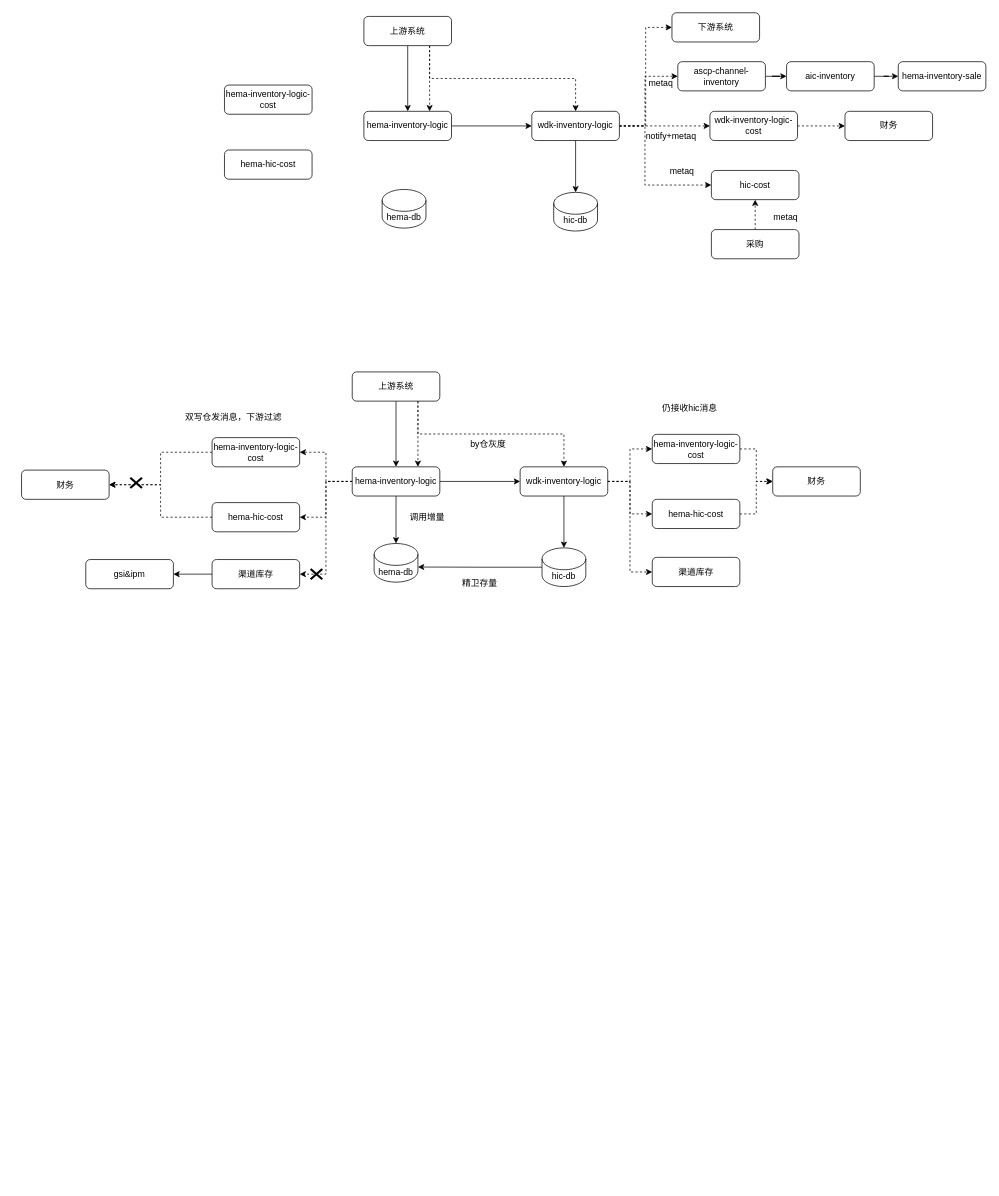
Above: jiagou.drawio in fine3qandyou/lte_study (draw.io), before the change. Source tidied: cells renumbered, new cells numbered last; positions are measured from the earlier drawing's top-left corner, leaving out a move shared by most shapes. Both pictures are drawn from the tidied source at 73%, with x=0, y=0 at pixel (21, 12).
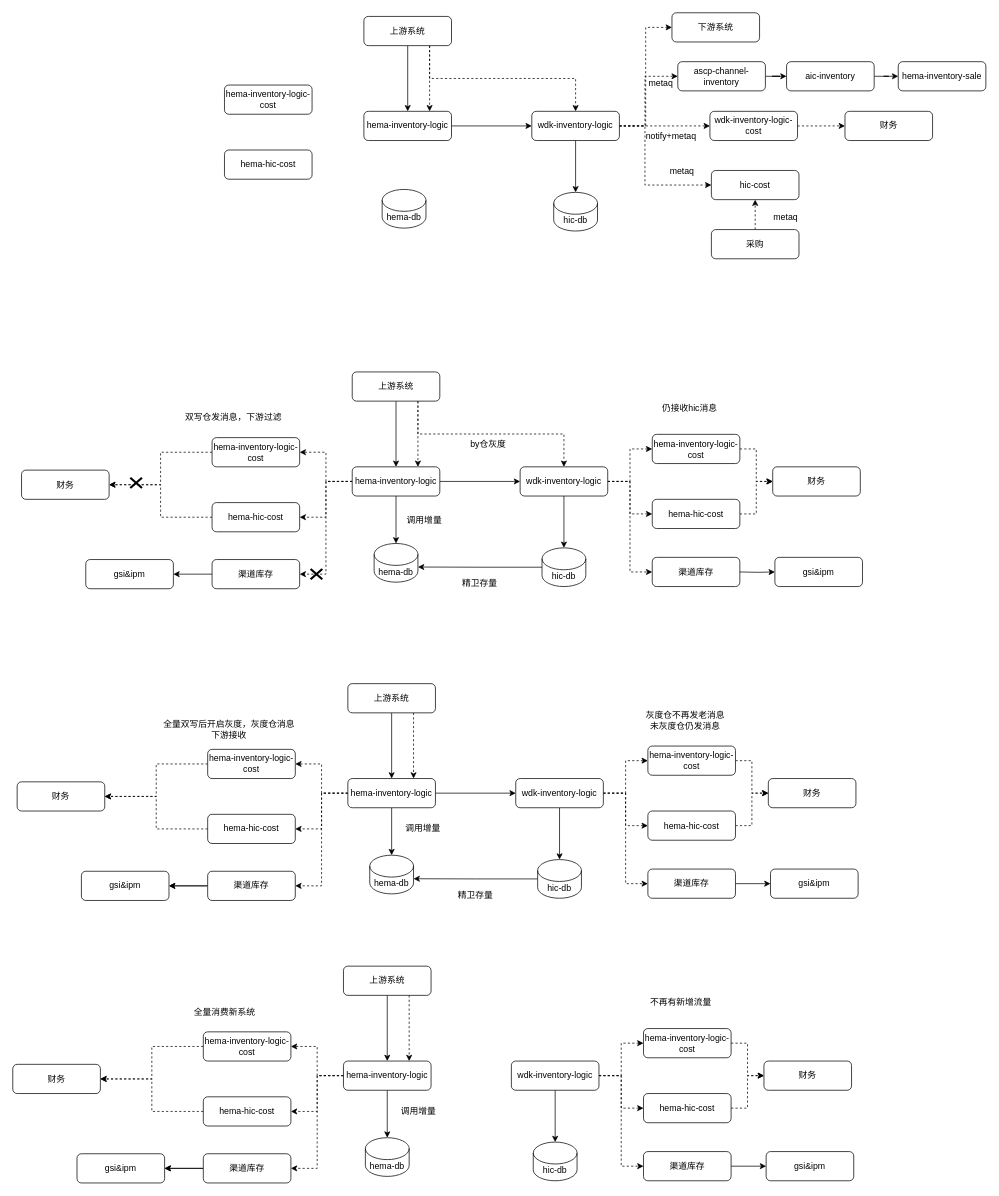
After the change.

Diff of the diagram source:
```diff
@@
     <mxCell id="51" value="调用增量" style="text;html=1;strokeColor=none;fillColor=none;align=center;verticalAlign=middle;whiteSpace=wrap;rounded=0;" parent="1" vertex="1">
-      <mxGeometry x="526" y="676" width="60" height="30" as="geometry" />
+      <mxGeometry x="522" y="681" width="60" height="30" as="geometry" />
     </mxCell>
@@
+    <mxCell id="73" style="edgeStyle=orthogonalEdgeStyle;rounded=0;jettySize=auto;html=1;exitX=0.5;exitY=1;exitDx=0;exitDy=0;" parent="1" edge="1" source="75" target="81">
+      <mxGeometry relative="1" as="geometry" />
+    </mxCell>
+    <mxCell id="74" style="edgeStyle=orthogonalEdgeStyle;rounded=0;jettySize=auto;html=1;exitX=0.75;exitY=1;exitDx=0;exitDy=0;entryX=0.75;entryY=0;entryDx=0;entryDy=0;dashed=1;" parent="1" edge="1" source="75" target="81">
+      <mxGeometry relative="1" as="geometry" />
+    </mxCell>
+    <mxCell id="75" value="上游系统" style="rounded=1;whiteSpace=wrap;html=1;" parent="1" vertex="1">
+      <mxGeometry x="447" y="919" width="120" height="40" as="geometry" />
+    </mxCell>
+    <mxCell id="76" style="edgeStyle=orthogonalEdgeStyle;rounded=0;jettySize=auto;html=1;exitX=1;exitY=0.5;exitDx=0;exitDy=0;" parent="1" edge="1" source="81" target="86">
+      <mxGeometry relative="1" as="geometry" />
+    </mxCell>
+    <mxCell id="77" style="edgeStyle=orthogonalEdgeStyle;rounded=0;jettySize=auto;html=1;exitX=0.5;exitY=1;exitDx=0;exitDy=0;entryX=0.5;entryY=0;entryDx=0;entryDy=0;entryPerimeter=0;" parent="1" edge="1" source="81" target="89">
+      <mxGeometry relative="1" as="geometry" />
+    </mxCell>
+    <mxCell id="78" style="edgeStyle=orthogonalEdgeStyle;rounded=0;jettySize=auto;html=1;exitX=0;exitY=0.5;exitDx=0;exitDy=0;entryX=1;entryY=0.5;entryDx=0;entryDy=0;dashed=1;" parent="1" edge="1" source="81" target="93">
+      <mxGeometry relative="1" as="geometry" />
+    </mxCell>
+    <mxCell id="79" style="edgeStyle=orthogonalEdgeStyle;rounded=0;jettySize=auto;html=1;exitX=0;exitY=0.5;exitDx=0;exitDy=0;entryX=1;entryY=0.5;entryDx=0;entryDy=0;dashed=1;" parent="1" edge="1" source="81" target="95">
+      <mxGeometry relative="1" as="geometry" />
+    </mxCell>
+    <mxCell id="80" style="edgeStyle=orthogonalEdgeStyle;rounded=0;jettySize=auto;html=1;exitX=0;exitY=0.5;exitDx=0;exitDy=0;entryX=1;entryY=0.5;entryDx=0;entryDy=0;dashed=1;" parent="1" edge="1" source="81" target="104">
+      <mxGeometry relative="1" as="geometry" />
+    </mxCell>
+    <mxCell id="81" value="hema-inventory-logic" style="rounded=1;whiteSpace=wrap;html=1;" parent="1" vertex="1">
+      <mxGeometry x="447" y="1049" width="120" height="40" as="geometry" />
+    </mxCell>
+    <mxCell id="82" style="edgeStyle=orthogonalEdgeStyle;rounded=0;jettySize=auto;html=1;exitX=0.5;exitY=1;exitDx=0;exitDy=0;" parent="1" edge="1" source="86" target="88">
+      <mxGeometry relative="1" as="geometry" />
+    </mxCell>
+    <mxCell id="83" style="edgeStyle=orthogonalEdgeStyle;rounded=0;jettySize=auto;html=1;exitX=1;exitY=0.5;exitDx=0;exitDy=0;entryX=0;entryY=0.5;entryDx=0;entryDy=0;dashed=1;" parent="1" edge="1" source="86" target="98">
+      <mxGeometry relative="1" as="geometry" />
+    </mxCell>
+    <mxCell id="84" style="edgeStyle=orthogonalEdgeStyle;rounded=0;jettySize=auto;html=1;exitX=1;exitY=0.5;exitDx=0;exitDy=0;entryX=0;entryY=0.5;entryDx=0;entryDy=0;dashed=1;" parent="1" edge="1" source="86" target="100">
+      <mxGeometry relative="1" as="geometry" />
+    </mxCell>
+    <mxCell id="85" style="edgeStyle=orthogonalEdgeStyle;rounded=0;jettySize=auto;html=1;exitX=1;exitY=0.5;exitDx=0;exitDy=0;entryX=0;entryY=0.5;entryDx=0;entryDy=0;dashed=1;" parent="1" edge="1" source="86" target="106">
+      <mxGeometry relative="1" as="geometry" />
+    </mxCell>
+    <mxCell id="86" value="wdk-inventory-logic" style="rounded=1;whiteSpace=wrap;html=1;" parent="1" vertex="1">
+      <mxGeometry x="677" y="1049" width="120" height="40" as="geometry" />
+    </mxCell>
+    <mxCell id="87" style="edgeStyle=orthogonalEdgeStyle;rounded=0;jettySize=auto;html=1;exitX=0;exitY=0.5;exitDx=0;exitDy=0;exitPerimeter=0;entryX=1;entryY=0;entryDx=0;entryDy=32.25;entryPerimeter=0;" parent="1" edge="1" source="88" target="89">
+      <mxGeometry relative="1" as="geometry" />
+    </mxCell>
+    <mxCell id="88" value="hic-db" style="shape=cylinder3;whiteSpace=wrap;html=1;boundedLbl=1;backgroundOutline=1;size=15;" parent="1" vertex="1">
+      <mxGeometry x="707" y="1160" width="60" height="53" as="geometry" />
+    </mxCell>
+    <mxCell id="89" value="hema-db" style="shape=cylinder3;whiteSpace=wrap;html=1;boundedLbl=1;backgroundOutline=1;size=15;" parent="1" vertex="1">
+      <mxGeometry x="477" y="1154" width="60" height="53" as="geometry" />
+    </mxCell>
+    <mxCell id="90" value="精卫存量" style="text;html=1;strokeColor=none;fillColor=none;align=center;verticalAlign=middle;whiteSpace=wrap;rounded=0;" parent="1" vertex="1">
+      <mxGeometry x="592" y="1194" width="60" height="30" as="geometry" />
+    </mxCell>
+    <mxCell id="91" value="调用增量" style="text;html=1;strokeColor=none;fillColor=none;align=center;verticalAlign=middle;whiteSpace=wrap;rounded=0;" parent="1" vertex="1">
+      <mxGeometry x="520" y="1103" width="60" height="30" as="geometry" />
+    </mxCell>
+    <mxCell id="92" style="edgeStyle=orthogonalEdgeStyle;rounded=0;jettySize=auto;html=1;exitX=0;exitY=0.5;exitDx=0;exitDy=0;entryX=1;entryY=0.5;entryDx=0;entryDy=0;dashed=1;" parent="1" edge="1" source="93" target="96">
+      <mxGeometry relative="1" as="geometry" />
+    </mxCell>
+    <mxCell id="93" value="hema-inventory-logic-cost" style="rounded=1;whiteSpace=wrap;html=1;" parent="1" vertex="1">
+      <mxGeometry x="255" y="1009" width="120" height="40" as="geometry" />
+    </mxCell>
+    <mxCell id="94" style="edgeStyle=orthogonalEdgeStyle;rounded=0;jettySize=auto;html=1;exitX=0;exitY=0.5;exitDx=0;exitDy=0;entryX=1;entryY=0.5;entryDx=0;entryDy=0;dashed=1;" parent="1" edge="1" source="95" target="96">
+      <mxGeometry relative="1" as="geometry" />
+    </mxCell>
+    <mxCell id="95" value="hema-hic-cost" style="rounded=1;whiteSpace=wrap;html=1;" parent="1" vertex="1">
+      <mxGeometry x="255" y="1098" width="120" height="40" as="geometry" />
+    </mxCell>
+    <mxCell id="96" value="财务" style="rounded=1;whiteSpace=wrap;html=1;" parent="1" vertex="1">
+      <mxGeometry x="-6" y="1053.5" width="120" height="40" as="geometry" />
+    </mxCell>
+    <mxCell id="97" style="edgeStyle=orthogonalEdgeStyle;rounded=0;jettySize=auto;html=1;exitX=1;exitY=0.5;exitDx=0;exitDy=0;entryX=0;entryY=0.5;entryDx=0;entryDy=0;dashed=1;" parent="1" edge="1" source="98" target="101">
+      <mxGeometry relative="1" as="geometry" />
+    </mxCell>
+    <mxCell id="98" value="hema-inventory-logic-cost" style="rounded=1;whiteSpace=wrap;html=1;" parent="1" vertex="1">
+      <mxGeometry x="858" y="1004.5" width="120" height="40" as="geometry" />
+    </mxCell>
+    <mxCell id="99" style="edgeStyle=orthogonalEdgeStyle;rounded=0;jettySize=auto;html=1;exitX=1;exitY=0.5;exitDx=0;exitDy=0;entryX=0;entryY=0.5;entryDx=0;entryDy=0;dashed=1;" parent="1" edge="1" source="100" target="101">
+      <mxGeometry relative="1" as="geometry" />
+    </mxCell>
+    <mxCell id="100" value="hema-hic-cost" style="rounded=1;whiteSpace=wrap;html=1;" parent="1" vertex="1">
+      <mxGeometry x="858" y="1093.5" width="120" height="40" as="geometry" />
+    </mxCell>
+    <mxCell id="101" value="财务" style="rounded=1;whiteSpace=wrap;html=1;" parent="1" vertex="1">
+      <mxGeometry x="1023" y="1049" width="120" height="40" as="geometry" />
+    </mxCell>
+    <mxCell id="102" style="edgeStyle=orthogonalEdgeStyle;rounded=0;jettySize=auto;html=1;exitX=0;exitY=0.5;exitDx=0;exitDy=0;" parent="1" edge="1" source="104" target="108">
+      <mxGeometry relative="1" as="geometry" />
+    </mxCell>
+    <mxCell id="103" style="edgeStyle=orthogonalEdgeStyle;rounded=0;jettySize=auto;html=1;" parent="1" edge="1" source="104" target="108">
+      <mxGeometry relative="1" as="geometry" />
+    </mxCell>
+    <mxCell id="104" value="渠道库存" style="rounded=1;whiteSpace=wrap;html=1;" parent="1" vertex="1">
+      <mxGeometry x="255" y="1176" width="120" height="40" as="geometry" />
+    </mxCell>
+    <mxCell id="105" style="edgeStyle=orthogonalEdgeStyle;rounded=0;jettySize=auto;html=1;exitX=1;exitY=0.5;exitDx=0;exitDy=0;entryX=0;entryY=0.5;entryDx=0;entryDy=0;" parent="1" edge="1" source="106" target="110">
+      <mxGeometry relative="1" as="geometry" />
+    </mxCell>
+    <mxCell id="106" value="渠道库存" style="rounded=1;whiteSpace=wrap;html=1;" parent="1" vertex="1">
+      <mxGeometry x="858" y="1173" width="120" height="40" as="geometry" />
+    </mxCell>
+    <mxCell id="107" value="全量双写后开启灰度，灰度仓消息下游接收" style="text;html=1;strokeColor=none;fillColor=none;align=center;verticalAlign=middle;whiteSpace=wrap;rounded=0;" parent="1" vertex="1">
+      <mxGeometry x="189" y="967" width="191" height="30" as="geometry" />
+    </mxCell>
+    <mxCell id="108" value="gsi&amp;amp;ipm" style="rounded=1;whiteSpace=wrap;html=1;" parent="1" vertex="1">
+      <mxGeometry x="82" y="1176" width="120" height="40" as="geometry" />
+    </mxCell>
+    <mxCell id="109" value="灰度仓不再发老消息&lt;br&gt;未灰度仓仍发消息" style="text;html=1;strokeColor=none;fillColor=none;align=center;verticalAlign=middle;whiteSpace=wrap;rounded=0;" parent="1" vertex="1">
+      <mxGeometry x="814" y="954" width="191" height="30" as="geometry" />
+    </mxCell>
+    <mxCell id="110" value="gsi&amp;amp;ipm" style="rounded=1;whiteSpace=wrap;html=1;" parent="1" vertex="1">
+      <mxGeometry x="1026" y="1173" width="120" height="40" as="geometry" />
+    </mxCell>
+    <mxCell id="111" style="edgeStyle=orthogonalEdgeStyle;rounded=0;jettySize=auto;html=1;exitX=1;exitY=0.5;exitDx=0;exitDy=0;entryX=0;entryY=0.5;entryDx=0;entryDy=0;" parent="1" edge="1" target="112">
+      <mxGeometry relative="1" as="geometry">
+        <mxPoint x="984" y="766" as="sourcePoint" />
+      </mxGeometry>
+    </mxCell>
+    <mxCell id="112" value="gsi&amp;amp;ipm" style="rounded=1;whiteSpace=wrap;html=1;" parent="1" vertex="1">
+      <mxGeometry x="1032" y="746" width="120" height="40" as="geometry" />
+    </mxCell>
+    <mxCell id="113" style="edgeStyle=orthogonalEdgeStyle;rounded=0;jettySize=auto;html=1;exitX=0.5;exitY=1;exitDx=0;exitDy=0;" parent="1" edge="1" source="115" target="120">
+      <mxGeometry relative="1" as="geometry" />
+    </mxCell>
+    <mxCell id="114" style="edgeStyle=orthogonalEdgeStyle;rounded=0;jettySize=auto;html=1;exitX=0.75;exitY=1;exitDx=0;exitDy=0;entryX=0.75;entryY=0;entryDx=0;entryDy=0;dashed=1;" parent="1" edge="1" source="115" target="120">
+      <mxGeometry relative="1" as="geometry" />
+    </mxCell>
+    <mxCell id="115" value="上游系统" style="rounded=1;whiteSpace=wrap;html=1;" parent="1" vertex="1">
+      <mxGeometry x="441" y="1306" width="120" height="40" as="geometry" />
+    </mxCell>
+    <mxCell id="116" style="edgeStyle=orthogonalEdgeStyle;rounded=0;jettySize=auto;html=1;exitX=0.5;exitY=1;exitDx=0;exitDy=0;entryX=0.5;entryY=0;entryDx=0;entryDy=0;entryPerimeter=0;" parent="1" edge="1" source="120" target="127">
+      <mxGeometry relative="1" as="geometry" />
+    </mxCell>
+    <mxCell id="117" style="edgeStyle=orthogonalEdgeStyle;rounded=0;jettySize=auto;html=1;exitX=0;exitY=0.5;exitDx=0;exitDy=0;entryX=1;entryY=0.5;entryDx=0;entryDy=0;dashed=1;" parent="1" edge="1" source="120" target="130">
+      <mxGeometry relative="1" as="geometry" />
+    </mxCell>
+    <mxCell id="118" style="edgeStyle=orthogonalEdgeStyle;rounded=0;jettySize=auto;html=1;exitX=0;exitY=0.5;exitDx=0;exitDy=0;entryX=1;entryY=0.5;entryDx=0;entryDy=0;dashed=1;" parent="1" edge="1" source="120" target="132">
+      <mxGeometry relative="1" as="geometry" />
+    </mxCell>
+    <mxCell id="119" style="edgeStyle=orthogonalEdgeStyle;rounded=0;jettySize=auto;html=1;exitX=0;exitY=0.5;exitDx=0;exitDy=0;entryX=1;entryY=0.5;entryDx=0;entryDy=0;dashed=1;" parent="1" edge="1" source="120" target="141">
+      <mxGeometry relative="1" as="geometry" />
+    </mxCell>
+    <mxCell id="120" value="hema-inventory-logic" style="rounded=1;whiteSpace=wrap;html=1;" parent="1" vertex="1">
+      <mxGeometry x="441" y="1436" width="120" height="40" as="geometry" />
+    </mxCell>
+    <mxCell id="121" style="edgeStyle=orthogonalEdgeStyle;rounded=0;jettySize=auto;html=1;exitX=0.5;exitY=1;exitDx=0;exitDy=0;" parent="1" edge="1" source="125" target="126">
+      <mxGeometry relative="1" as="geometry" />
+    </mxCell>
+    <mxCell id="122" style="edgeStyle=orthogonalEdgeStyle;rounded=0;jettySize=auto;html=1;exitX=1;exitY=0.5;exitDx=0;exitDy=0;entryX=0;entryY=0.5;entryDx=0;entryDy=0;dashed=1;" parent="1" edge="1" source="125" target="135">
+      <mxGeometry relative="1" as="geometry" />
+    </mxCell>
+    <mxCell id="123" style="edgeStyle=orthogonalEdgeStyle;rounded=0;jettySize=auto;html=1;exitX=1;exitY=0.5;exitDx=0;exitDy=0;entryX=0;entryY=0.5;entryDx=0;entryDy=0;dashed=1;" parent="1" edge="1" source="125" target="137">
+      <mxGeometry relative="1" as="geometry" />
+    </mxCell>
+    <mxCell id="124" style="edgeStyle=orthogonalEdgeStyle;rounded=0;jettySize=auto;html=1;exitX=1;exitY=0.5;exitDx=0;exitDy=0;entryX=0;entryY=0.5;entryDx=0;entryDy=0;dashed=1;" parent="1" edge="1" source="125" target="143">
+      <mxGeometry relative="1" as="geometry" />
+    </mxCell>
+    <mxCell id="125" value="wdk-inventory-logic" style="rounded=1;whiteSpace=wrap;html=1;" parent="1" vertex="1">
+      <mxGeometry x="671" y="1436" width="120" height="40" as="geometry" />
+    </mxCell>
+    <mxCell id="126" value="hic-db" style="shape=cylinder3;whiteSpace=wrap;html=1;boundedLbl=1;backgroundOutline=1;size=15;" parent="1" vertex="1">
+      <mxGeometry x="701" y="1547" width="60" height="53" as="geometry" />
+    </mxCell>
+    <mxCell id="127" value="hema-db" style="shape=cylinder3;whiteSpace=wrap;html=1;boundedLbl=1;backgroundOutline=1;size=15;" parent="1" vertex="1">
+      <mxGeometry x="471" y="1541" width="60" height="53" as="geometry" />
+    </mxCell>
+    <mxCell id="128" value="调用增量" style="text;html=1;strokeColor=none;fillColor=none;align=center;verticalAlign=middle;whiteSpace=wrap;rounded=0;" parent="1" vertex="1">
+      <mxGeometry x="514" y="1490" width="60" height="30" as="geometry" />
+    </mxCell>
+    <mxCell id="129" style="edgeStyle=orthogonalEdgeStyle;rounded=0;jettySize=auto;html=1;exitX=0;exitY=0.5;exitDx=0;exitDy=0;entryX=1;entryY=0.5;entryDx=0;entryDy=0;dashed=1;" parent="1" edge="1" source="130" target="133">
+      <mxGeometry relative="1" as="geometry" />
+    </mxCell>
+    <mxCell id="130" value="hema-inventory-logic-cost" style="rounded=1;whiteSpace=wrap;html=1;" parent="1" vertex="1">
+      <mxGeometry x="249" y="1396" width="120" height="40" as="geometry" />
+    </mxCell>
+    <mxCell id="131" style="edgeStyle=orthogonalEdgeStyle;rounded=0;jettySize=auto;html=1;exitX=0;exitY=0.5;exitDx=0;exitDy=0;entryX=1;entryY=0.5;entryDx=0;entryDy=0;dashed=1;" parent="1" edge="1" source="132" target="133">
+      <mxGeometry relative="1" as="geometry" />
+    </mxCell>
+    <mxCell id="132" value="hema-hic-cost" style="rounded=1;whiteSpace=wrap;html=1;" parent="1" vertex="1">
+      <mxGeometry x="249" y="1485" width="120" height="40" as="geometry" />
+    </mxCell>
+    <mxCell id="133" value="财务" style="rounded=1;whiteSpace=wrap;html=1;" parent="1" vertex="1">
+      <mxGeometry x="-12" y="1440.5" width="120" height="40" as="geometry" />
+    </mxCell>
+    <mxCell id="134" style="edgeStyle=orthogonalEdgeStyle;rounded=0;jettySize=auto;html=1;exitX=1;exitY=0.5;exitDx=0;exitDy=0;entryX=0;entryY=0.5;entryDx=0;entryDy=0;dashed=1;" parent="1" edge="1" source="135" target="138">
+      <mxGeometry relative="1" as="geometry" />
+    </mxCell>
+    <mxCell id="135" value="hema-inventory-logic-cost" style="rounded=1;whiteSpace=wrap;html=1;" parent="1" vertex="1">
+      <mxGeometry x="852" y="1391.5" width="120" height="40" as="geometry" />
+    </mxCell>
+    <mxCell id="136" style="edgeStyle=orthogonalEdgeStyle;rounded=0;jettySize=auto;html=1;exitX=1;exitY=0.5;exitDx=0;exitDy=0;entryX=0;entryY=0.5;entryDx=0;entryDy=0;dashed=1;" parent="1" edge="1" source="137" target="138">
+      <mxGeometry relative="1" as="geometry" />
+    </mxCell>
+    <mxCell id="137" value="hema-hic-cost" style="rounded=1;whiteSpace=wrap;html=1;" parent="1" vertex="1">
+      <mxGeometry x="852" y="1480.5" width="120" height="40" as="geometry" />
+    </mxCell>
+    <mxCell id="138" value="财务" style="rounded=1;whiteSpace=wrap;html=1;" parent="1" vertex="1">
+      <mxGeometry x="1017" y="1436" width="120" height="40" as="geometry" />
+    </mxCell>
+    <mxCell id="139" style="edgeStyle=orthogonalEdgeStyle;rounded=0;jettySize=auto;html=1;exitX=0;exitY=0.5;exitDx=0;exitDy=0;" parent="1" edge="1" source="141" target="145">
+      <mxGeometry relative="1" as="geometry" />
+    </mxCell>
+    <mxCell id="140" style="edgeStyle=orthogonalEdgeStyle;rounded=0;jettySize=auto;html=1;" parent="1" edge="1" source="141" target="145">
+      <mxGeometry relative="1" as="geometry" />
+    </mxCell>
+    <mxCell id="141" value="渠道库存" style="rounded=1;whiteSpace=wrap;html=1;" parent="1" vertex="1">
+      <mxGeometry x="249" y="1563" width="120" height="40" as="geometry" />
+    </mxCell>
+    <mxCell id="142" style="edgeStyle=orthogonalEdgeStyle;rounded=0;jettySize=auto;html=1;exitX=1;exitY=0.5;exitDx=0;exitDy=0;entryX=0;entryY=0.5;entryDx=0;entryDy=0;" parent="1" edge="1" source="143" target="147">
+      <mxGeometry relative="1" as="geometry" />
+    </mxCell>
+    <mxCell id="143" value="渠道库存" style="rounded=1;whiteSpace=wrap;html=1;" parent="1" vertex="1">
+      <mxGeometry x="852" y="1560" width="120" height="40" as="geometry" />
+    </mxCell>
+    <mxCell id="144" value="全量消费新系统" style="text;html=1;strokeColor=none;fillColor=none;align=center;verticalAlign=middle;whiteSpace=wrap;rounded=0;" parent="1" vertex="1">
+      <mxGeometry x="183" y="1354" width="191" height="30" as="geometry" />
+    </mxCell>
+    <mxCell id="145" value="gsi&amp;amp;ipm" style="rounded=1;whiteSpace=wrap;html=1;" parent="1" vertex="1">
+      <mxGeometry x="76" y="1563" width="120" height="40" as="geometry" />
+    </mxCell>
+    <mxCell id="146" value="不再有新增流量" style="text;html=1;strokeColor=none;fillColor=none;align=center;verticalAlign=middle;whiteSpace=wrap;rounded=0;" parent="1" vertex="1">
+      <mxGeometry x="808" y="1341" width="191" height="30" as="geometry" />
+    </mxCell>
+    <mxCell id="147" value="gsi&amp;amp;ipm" style="rounded=1;whiteSpace=wrap;html=1;" parent="1" vertex="1">
+      <mxGeometry x="1020" y="1560" width="120" height="40" as="geometry" />
+    </mxCell>
```
